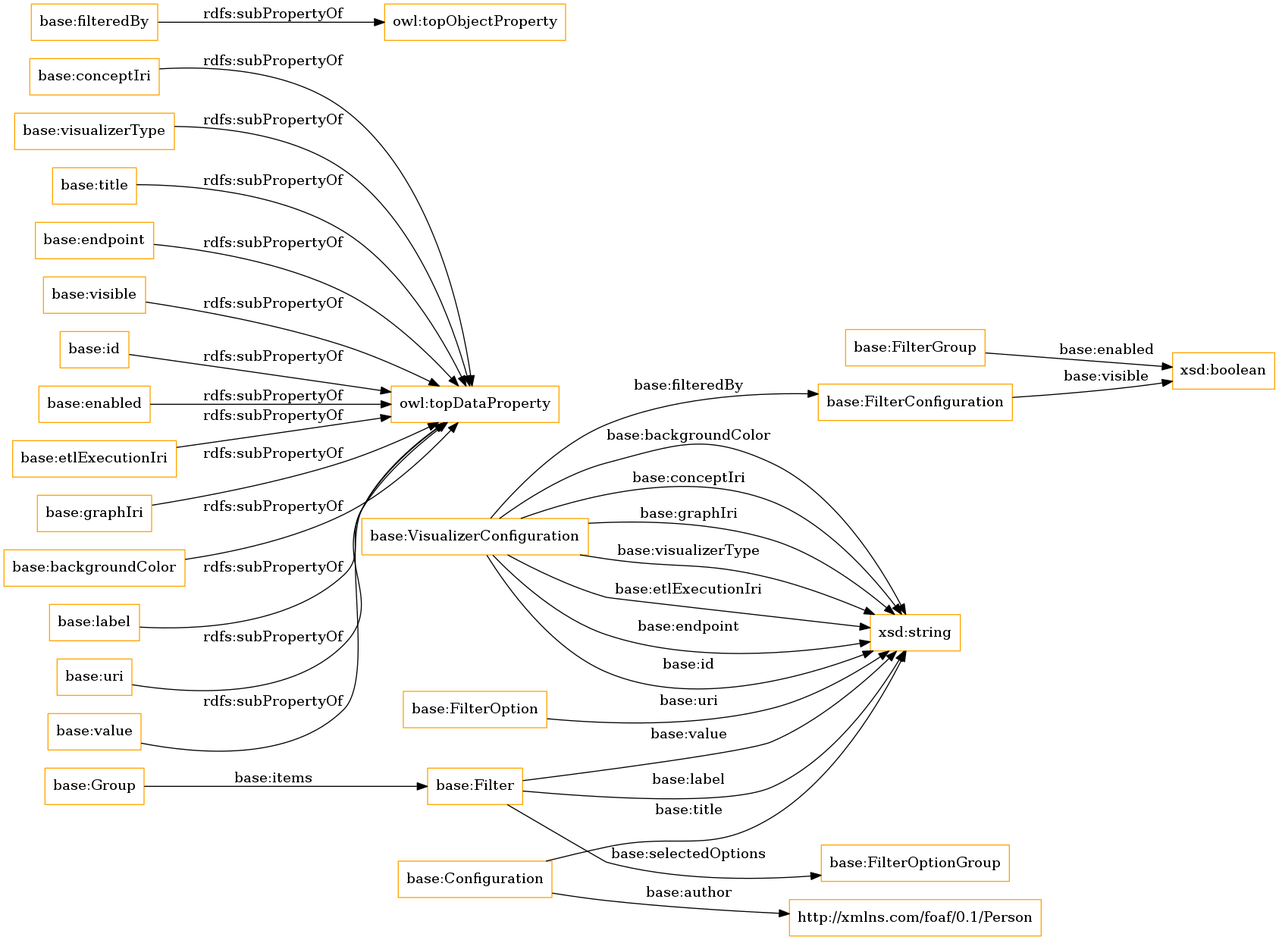
Earlier version of the Graphviz export OnToology/lpapps.owl/diagrams/ar2dtool-class/lpapps.owl.png (OnToologyUser/linkedpipes_applications_ontology). Its source is kept beside it as OnToology/lpapps.owl/diagrams/ar2dtool-class/lpapps.owl.png.dot.
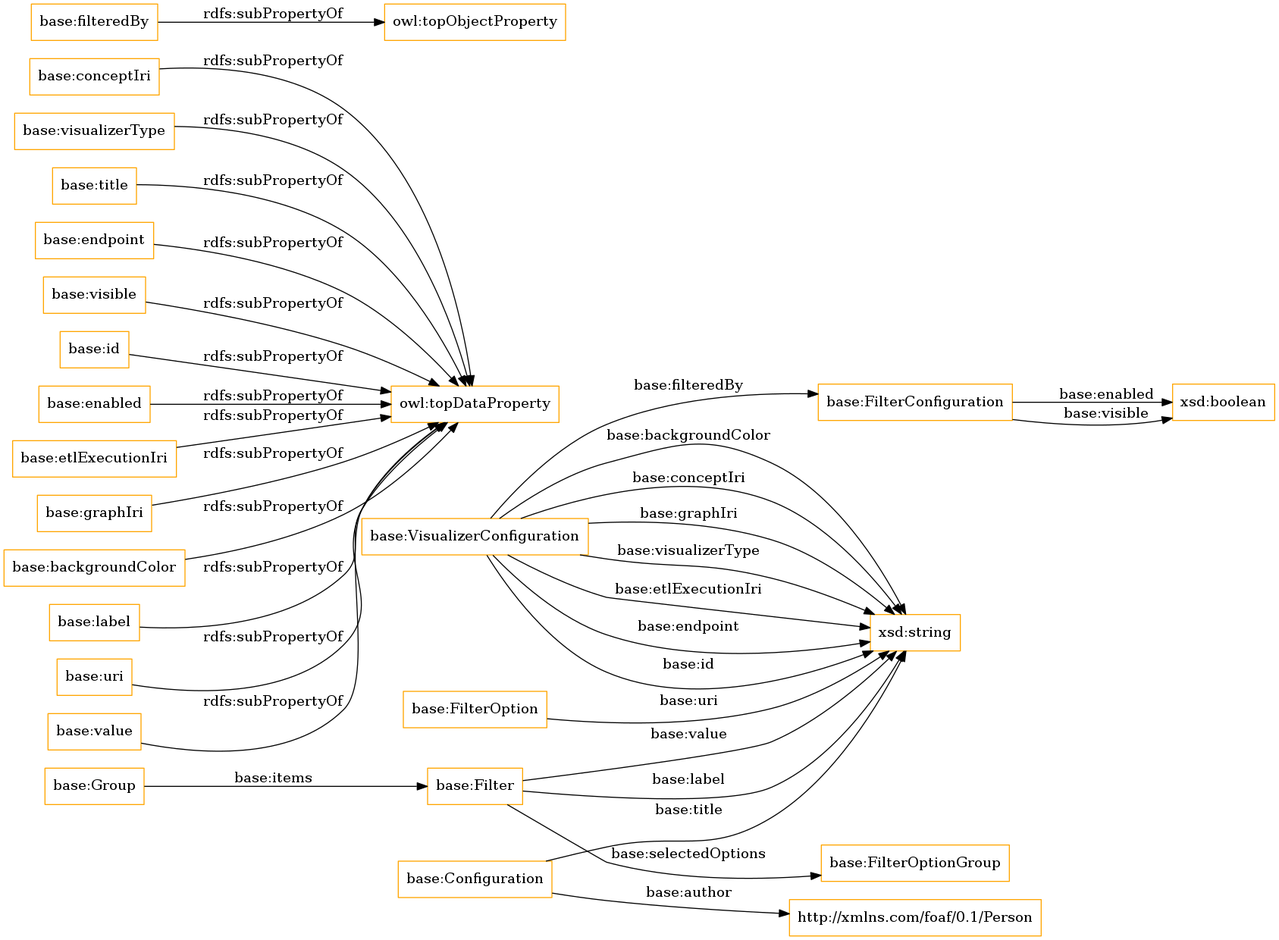
The same file after the commit.

What changed in the source:
```diff
@@ -1,7 +1,7 @@
 digraph ar2dtool_diagram {
 rankdir=LR;
 size="1501"
-node [shape = rectangle, color="orange"]; "base:VisualizerConfiguration" "base:Group" "base:FilterOptionGroup" "base:FilterOption" "base:FilterGroup" "base:FilterConfiguration" "base:Filter" "base:Configuration" "http://xmlns.com/foaf/0.1/Person" ; /*classes style*/
+node [shape = rectangle, color="orange"]; "base:VisualizerConfiguration" "base:Group" "base:FilterOptionGroup" "base:FilterOption" "base:FilterConfiguration" "base:Filter" "base:Configuration" "http://xmlns.com/foaf/0.1/Person" ; /*classes style*/
 	"base:conceptIri" -> "owl:topDataProperty" [ label = "rdfs:subPropertyOf" ];
 	"base:visualizerType" -> "owl:topDataProperty" [ label = "rdfs:subPropertyOf" ];
 	"base:title" -> "owl:topDataProperty" [ label = "rdfs:subPropertyOf" ];
@@ -23,7 +23,7 @@
 	"base:Filter" -> "xsd:string" [ label = "base:value" ];
 	"base:Group" -> "base:Filter" [ label = "base:items" ];
 	"base:VisualizerConfiguration" -> "xsd:string" [ label = "base:conceptIri" ];
-	"base:FilterGroup" -> "xsd:boolean" [ label = "base:enabled" ];
+	"base:FilterConfiguration" -> "xsd:boolean" [ label = "base:enabled" ];
 	"base:VisualizerConfiguration" -> "xsd:string" [ label = "base:graphIri" ];
 	"base:VisualizerConfiguration" -> "xsd:string" [ label = "base:visualizerType" ];
 	"base:VisualizerConfiguration" -> "xsd:string" [ label = "base:etlExecutionIri" ];
```
